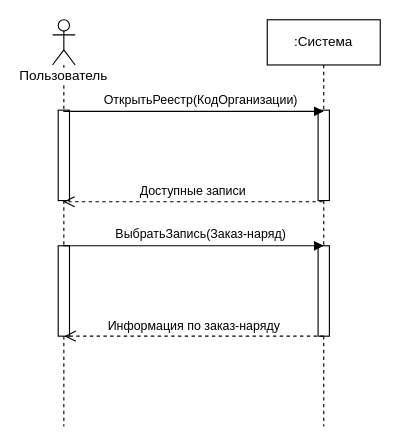
Earlier version of the draw.io diagram Lab3/Бугаков/3Прецедент.drawio (denissfloww/Information-systems-design). Source tidied: cells renumbered, new cells numbered last; positions are measured from the earlier drawing's top-left corner, leaving out a move shared by most shapes. Both pictures are drawn from the tidied source at 113%, with x=0, y=0 at pixel (52, 19).
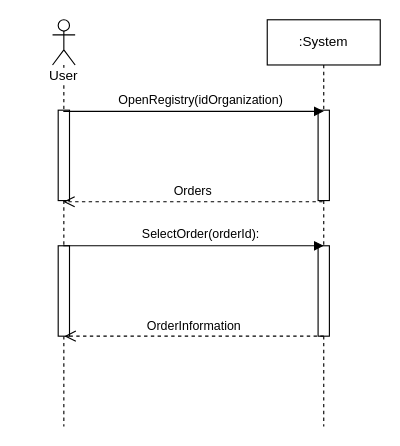
Above is the later version.

Diff of the diagram source:
```diff
@@
 <mxGraphModel>
   <root>
     <mxCell id="0" />
     <mxCell id="1" parent="0" />
-    <mxCell id="2" value="Пользователь" style="shape=umlLifeline;participant=umlActor;perimeter=lifelinePerimeter;whiteSpace=wrap;html=1;verticalAlign=top;spacingTop=36;labelBackgroundColor=#ffffff;outlineConnect=0;" parent="1" vertex="1">
+    <mxCell id="2" value="User" style="shape=umlLifeline;participant=umlActor;perimeter=lifelinePerimeter;whiteSpace=wrap;html=1;verticalAlign=top;spacingTop=36;labelBackgroundColor=#ffffff;outlineConnect=0;" parent="1" vertex="1">
       <mxGeometry width="20" height="360" as="geometry" />
     </mxCell>
     <mxCell id="3" style="html=1;perimeter=orthogonalPerimeter;" parent="2" vertex="1">
       <mxGeometry x="5" y="80" width="10" height="80" as="geometry" />
     </mxCell>
     <mxCell id="4" style="html=1;perimeter=orthogonalPerimeter;" parent="2" vertex="1">
       <mxGeometry x="5" y="200" width="10" height="80" as="geometry" />
     </mxCell>
-    <mxCell id="5" value=":Система" style="shape=umlLifeline;perimeter=lifelinePerimeter;whiteSpace=wrap;html=1;" parent="1" vertex="1">
+    <mxCell id="5" value=":System" style="shape=umlLifeline;perimeter=lifelinePerimeter;whiteSpace=wrap;html=1;" parent="1" vertex="1">
       <mxGeometry x="190" width="100" height="360" as="geometry" />
     </mxCell>
     <mxCell id="6" style="html=1;points=[];perimeter=orthogonalPerimeter;" parent="5" vertex="1">
       <mxGeometry x="45" y="80" width="10" height="80" as="geometry" />
     </mxCell>
     <mxCell id="7" style="html=1;perimeter=orthogonalPerimeter;" parent="5" vertex="1">
       <mxGeometry x="45" y="200" width="10" height="80" as="geometry" />
     </mxCell>
-    <mxCell id="8" value="ОткрытьРеестр(КодОрганизации)" style="html=1;verticalAlign=bottom;endArrow=block;entryX=0.5;entryY=0.013;entryDx=0;entryDy=0;entryPerimeter=0;" parent="1" edge="1" source="2" target="6">
+    <mxCell id="8" value="&lt;span lang=&quot;EN-US&quot;&gt;OpenRegistry(idOrganization)&lt;/span&gt;" style="html=1;verticalAlign=bottom;endArrow=block;entryX=0.5;entryY=0.013;entryDx=0;entryDy=0;entryPerimeter=0;" parent="1" edge="1" source="2" target="6">
       <mxGeometry x="0.05" y="1" relative="1" as="geometry" />
     </mxCell>
-    <mxCell id="9" value="Доступные записи" style="html=1;verticalAlign=bottom;endArrow=open;dashed=1;endSize=8;exitX=0.4;exitY=1.013;exitDx=0;exitDy=0;exitPerimeter=0;" parent="1" edge="1" source="6" target="2">
+    <mxCell id="9" value="Orders" style="html=1;verticalAlign=bottom;endArrow=open;dashed=1;endSize=8;exitX=0.4;exitY=1.013;exitDx=0;exitDy=0;exitPerimeter=0;" parent="1" edge="1" source="6" target="2">
       <mxGeometry relative="1" as="geometry" />
     </mxCell>
-    <mxCell id="10" value="ВыбратьЗапись(Заказ-наряд)" style="html=1;verticalAlign=bottom;endArrow=block;entryX=0.5;entryY=0.013;entryDx=0;entryDy=0;entryPerimeter=0;" parent="1" edge="1">
+    <mxCell id="10" value="SelectOrder(orderId):" style="html=1;verticalAlign=bottom;endArrow=block;entryX=0.5;entryY=0.013;entryDx=0;entryDy=0;entryPerimeter=0;" parent="1" edge="1">
       <mxGeometry x="0.05" y="1" relative="1" as="geometry">
         <mxPoint x="9.5" y="200" as="sourcePoint" />
         <mxPoint x="240" y="200" as="targetPoint" />
       </mxGeometry>
     </mxCell>
-    <mxCell id="11" value="Информация по заказ-наряду" style="html=1;verticalAlign=bottom;endArrow=open;dashed=1;endSize=8;exitX=0.4;exitY=1.013;exitDx=0;exitDy=0;exitPerimeter=0;" parent="1" edge="1">
+    <mxCell id="11" value="OrderInformation" style="html=1;verticalAlign=bottom;endArrow=open;dashed=1;endSize=8;exitX=0.4;exitY=1.013;exitDx=0;exitDy=0;exitPerimeter=0;" parent="1" edge="1">
       <mxGeometry relative="1" as="geometry">
         <mxPoint x="240" y="280" as="sourcePoint" />
         <mxPoint x="10.5" y="280" as="targetPoint" />
       </mxGeometry>
     </mxCell>
   </root>
 </mxGraphModel>
```
